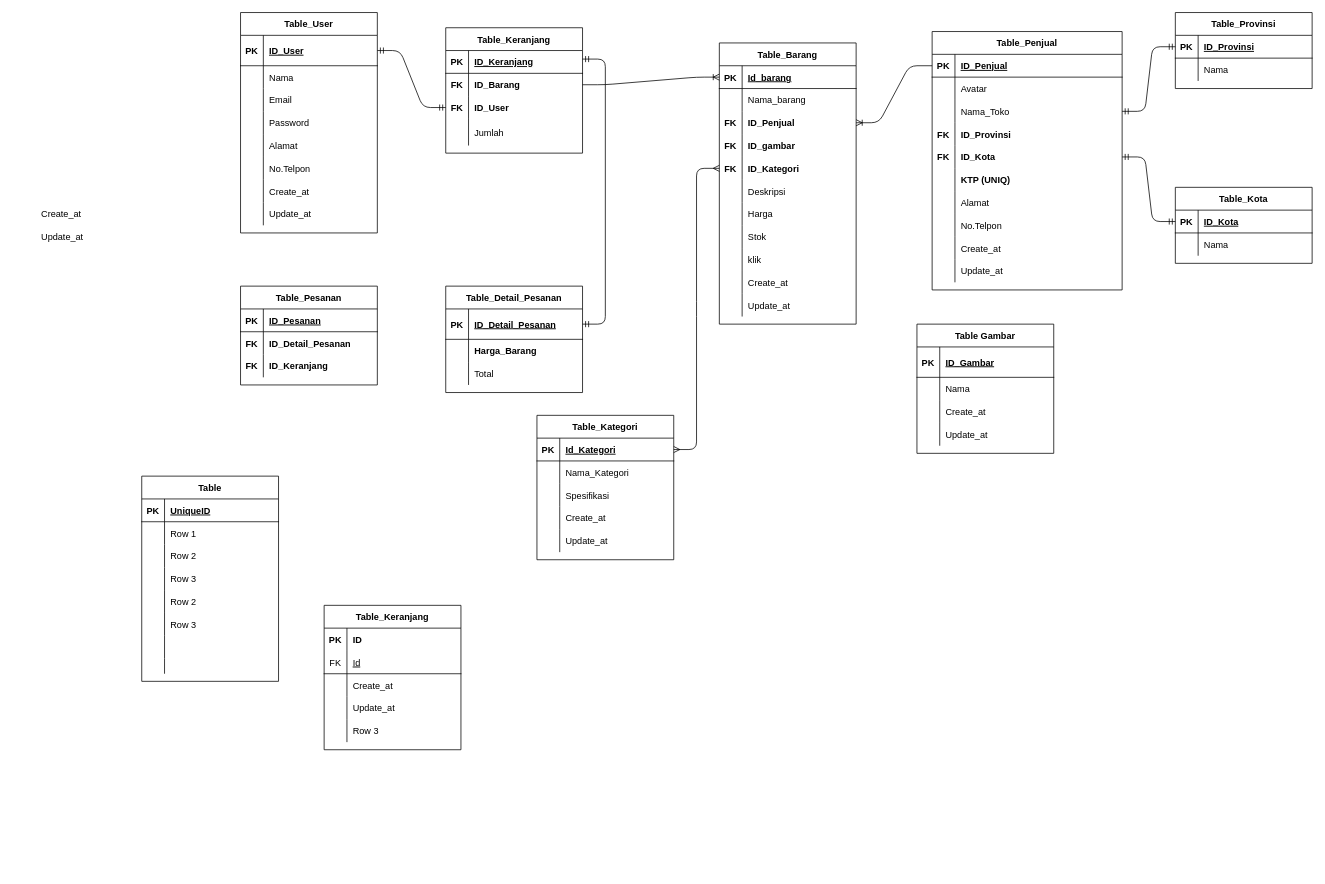
fadil9872/kurikulum-Beckend keeps this draw.io diagram as Untitled Diagram.drawio. Above is the earlier version. Source tidied: cells renumbered, new cells numbered last; positions are measured from the earlier drawing's top-left corner, leaving out a move shared by most shapes. Both pictures are drawn from the tidied source at 76%, with x=0, y=0 at pixel (12, 12).
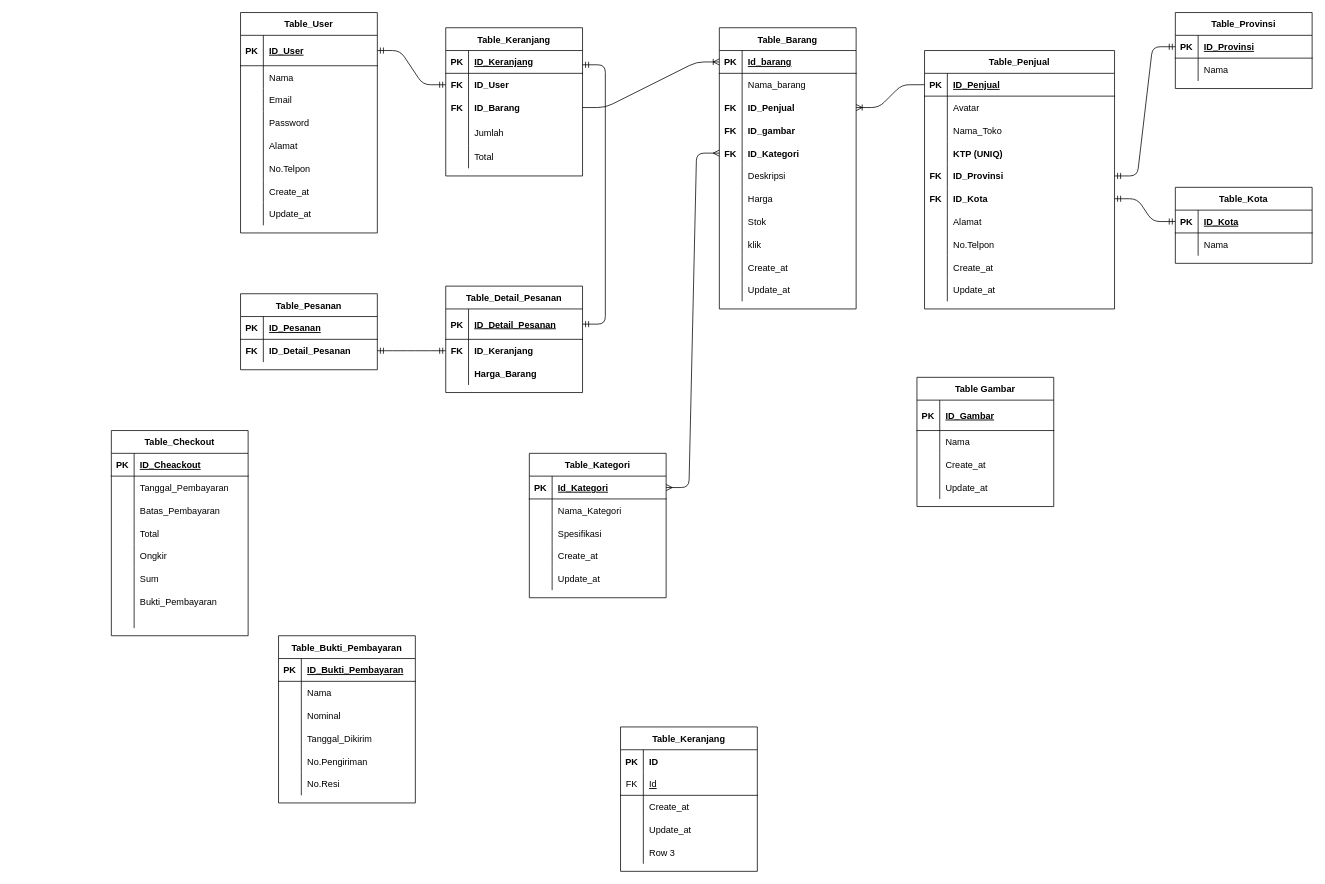
The same diagram, later.

The change refers to these unchanged cells:
```xml
<mxCell id="128" value="Table_Detail_Pesanan" style="shape=table;startSize=30;childLayout=tableLayout;rowLines=0;fontStyle=1;align=center;strokeColor=#000000;" parent="1" vertex="1">
  <mxGeometry x="570" y="360" width="180" height="140" as="geometry" />
</mxCell>
<mxCell id="152" style="shape=partialRectangle;fillColor=none;top=0;left=0;bottom=1;right=0;" parent="151" vertex="1">
  <mxGeometry y="30" width="180" height="30" as="geometry" />
</mxCell>
<mxCell id="155" style="shape=partialRectangle;fillColor=none;top=0;left=0;bottom=0;right=0;" parent="151" vertex="1">
  <mxGeometry y="60" width="180" height="30" as="geometry" />
</mxCell>
<mxCell id="158" style="shape=partialRectangle;fillColor=none;top=0;left=0;bottom=0;right=0;" parent="151" vertex="1">
  <mxGeometry y="90" width="180" height="30" as="geometry" />
</mxCell>
<mxCell id="161" style="shape=partialRectangle;fillColor=none;top=0;left=0;bottom=0;right=0;" parent="151" vertex="1">
  <mxGeometry y="120" width="180" height="30" as="geometry" />
</mxCell>
<mxCell id="164" style="shape=partialRectangle;fillColor=none;top=0;left=0;bottom=0;right=0;" parent="151" vertex="1">
  <mxGeometry y="150" width="180" height="30" as="geometry" />
</mxCell>
<mxCell id="167" style="shape=partialRectangle;fillColor=none;top=0;left=0;bottom=0;right=0;" parent="151" vertex="1">
  <mxGeometry y="180" width="180" height="30" as="geometry" />
</mxCell>
<mxCell id="170" style="shape=partialRectangle;fillColor=none;top=0;left=0;bottom=0;right=0;" parent="151" vertex="1">
  <mxGeometry y="210" width="180" height="30" as="geometry" />
</mxCell>
<mxCell id="193" style="shape=partialRectangle;fillColor=none;top=0;left=0;bottom=1;right=0;points=[[0,0.5],[1,0.5]];portConstraint=eastwest;" parent="192" vertex="1">
  <mxGeometry y="30" width="180" height="30" as="geometry" />
</mxCell>
<mxCell id="214" style="shape=partialRectangle;fillColor=none;top=0;left=0;bottom=0;right=0;points=[[0,0.5],[1,0.5]];portConstraint=eastwest;" parent="210" vertex="1">
  <mxGeometry y="60" width="180" height="30" as="geometry" />
</mxCell>
```

What changed in the source:
```diff
@@
     <mxCell id="27" value="Table_Barang" style="shape=table;startSize=30;childLayout=tableLayout;rowLines=0;fontStyle=1;align=center;strokeColor=#000000;" parent="1" vertex="1">
-      <mxGeometry x="930" y="40" width="180" height="370" as="geometry" />
+      <mxGeometry x="930" y="20" width="180" height="370" as="geometry" />
     </mxCell>
@@
-    <mxCell id="61" style="shape=table;startSize=0;childLayout=tableLayout;rowLines=0;fontStyle=0;align=center;strokeColor=none;fillColor=none;" parent="1" vertex="1">
-      <mxGeometry y="250" width="180" height="60" as="geometry" />
-    </mxCell>
-    <mxCell id="62" style="shape=partialRectangle;fillColor=none;top=0;left=0;bottom=0;right=0;" parent="61" vertex="1">
-      <mxGeometry width="180" height="30" as="geometry" />
-    </mxCell>
-    <mxCell id="63" style="shape=partialRectangle;fillColor=none;top=0;left=0;bottom=0;right=0;overflow=hidden;" parent="62" vertex="1">
-      <mxGeometry width="30" height="30" as="geometry" />
-    </mxCell>
-    <mxCell id="64" value="Create_at" style="shape=partialRectangle;fillColor=none;top=0;left=0;bottom=0;right=0;align=left;spacingLeft=6;overflow=hidden;" parent="62" vertex="1">
-      <mxGeometry x="30" width="150" height="30" as="geometry" />
-    </mxCell>
-    <mxCell id="65" style="shape=partialRectangle;fillColor=none;top=0;left=0;bottom=0;right=0;" parent="61" vertex="1">
-      <mxGeometry y="30" width="180" height="30" as="geometry" />
-    </mxCell>
-    <mxCell id="66" style="shape=partialRectangle;fillColor=none;top=0;left=0;bottom=0;right=0;overflow=hidden;" parent="65" vertex="1">
-      <mxGeometry width="30" height="30" as="geometry" />
-    </mxCell>
-    <mxCell id="67" value="Update_at" style="shape=partialRectangle;fillColor=none;top=0;left=0;bottom=0;right=0;align=left;spacingLeft=6;overflow=hidden;" parent="65" vertex="1">
-      <mxGeometry x="30" width="150" height="30" as="geometry" />
-    </mxCell>
     <mxCell id="68" value="Table_Kategori" style="shape=table;startSize=30;childLayout=tableLayout;rowLines=0;fontStyle=1;align=center;strokeColor=#000000;" parent="1" vertex="1">
-      <mxGeometry x="690" y="530" width="180" height="190" as="geometry" />
+      <mxGeometry x="680" y="580" width="180" height="190" as="geometry" />
     </mxCell>
@@
     <mxCell id="84" value="Table_Keranjang" style="shape=table;startSize=30;childLayout=tableLayout;rowLines=0;fontStyle=1;align=center;strokeColor=#000000;" parent="1" vertex="1">
-      <mxGeometry x="570" y="20" width="180" height="165" as="geometry" />
+      <mxGeometry x="570" y="20" width="180" height="195" as="geometry" />
     </mxCell>
@@
+    <mxCell id="91" style="shape=partialRectangle;fillColor=none;top=0;left=0;bottom=0;right=0;points=[[0,0.5],[1,0.5]];portConstraint=eastwest;" parent="84" vertex="1">
+      <mxGeometry y="60" width="180" height="30" as="geometry" />
+    </mxCell>
+    <mxCell id="92" value="FK" style="shape=partialRectangle;fillColor=none;top=0;left=0;bottom=0;right=0;overflow=hidden;fontStyle=1;" parent="91" vertex="1">
+      <mxGeometry width="30" height="30" as="geometry" />
+    </mxCell>
+    <mxCell id="93" value="ID_User" style="shape=partialRectangle;fillColor=none;top=0;left=0;bottom=0;right=0;align=left;spacingLeft=6;overflow=hidden;fontStyle=1;" parent="91" vertex="1">
+      <mxGeometry x="30" width="150" height="30" as="geometry" />
+    </mxCell>
     <mxCell id="88" style="shape=partialRectangle;fillColor=none;top=0;left=0;bottom=0;right=0;points=[[0,0.5],[1,0.5]];portConstraint=eastwest;" parent="84" vertex="1">
-      <mxGeometry y="60" width="180" height="30" as="geometry" />
+      <mxGeometry y="90" width="180" height="30" as="geometry" />
     </mxCell>
@@
-    <mxCell id="91" style="shape=partialRectangle;fillColor=none;top=0;left=0;bottom=0;right=0;points=[[0,0.5],[1,0.5]];portConstraint=eastwest;" parent="84" vertex="1">
-      <mxGeometry y="90" width="180" height="30" as="geometry" />
-    </mxCell>
-    <mxCell id="92" value="FK" style="shape=partialRectangle;fillColor=none;top=0;left=0;bottom=0;right=0;overflow=hidden;fontStyle=1;" parent="91" vertex="1">
-      <mxGeometry width="30" height="30" as="geometry" />
-    </mxCell>
-    <mxCell id="93" value="ID_User" style="shape=partialRectangle;fillColor=none;top=0;left=0;bottom=0;right=0;align=left;spacingLeft=6;overflow=hidden;fontStyle=1;" parent="91" vertex="1">
-      <mxGeometry x="30" width="150" height="30" as="geometry" />
-    </mxCell>
@@
+    <mxCell id="135" style="shape=partialRectangle;fillColor=none;top=0;left=0;bottom=0;right=0;" parent="84" vertex="1">
+      <mxGeometry y="155" width="180" height="30" as="geometry" />
+    </mxCell>
+    <mxCell id="136" style="shape=partialRectangle;fillColor=none;top=0;left=0;bottom=0;right=0;overflow=hidden;" parent="135" vertex="1">
+      <mxGeometry width="30" height="30" as="geometry" />
+    </mxCell>
+    <mxCell id="137" value="Total" style="shape=partialRectangle;fillColor=none;top=0;left=0;bottom=0;right=0;align=left;spacingLeft=6;overflow=hidden;" parent="135" vertex="1">
+      <mxGeometry x="30" width="150" height="30" as="geometry" />
+    </mxCell>
     <mxCell id="97" value="Table_Penjual" style="shape=table;startSize=30;childLayout=tableLayout;rowLines=0;fontStyle=1;align=center;strokeColor=#000000;" parent="1" vertex="1">
-      <mxGeometry x="1210" y="25" width="250" height="340" as="geometry" />
+      <mxGeometry x="1200" y="50" width="250" height="340" as="geometry" />
     </mxCell>
@@
+    <mxCell id="113" style="shape=partialRectangle;fillColor=none;top=0;left=0;bottom=0;right=0;strokeColor=#000000;" parent="97" vertex="1">
+      <mxGeometry y="120" width="250" height="30" as="geometry" />
+    </mxCell>
+    <mxCell id="114" style="shape=partialRectangle;fillColor=none;top=0;left=0;bottom=0;right=0;overflow=hidden;" parent="113" vertex="1">
+      <mxGeometry width="30" height="30" as="geometry" />
+    </mxCell>
+    <mxCell id="115" value="KTP (UNIQ)" style="shape=partialRectangle;fillColor=none;top=0;left=0;bottom=0;right=0;align=left;spacingLeft=6;overflow=hidden;fontStyle=1;" parent="113" vertex="1">
+      <mxGeometry x="30" width="220" height="30" as="geometry" />
+    </mxCell>
     <mxCell id="107" style="shape=partialRectangle;fillColor=none;top=0;left=0;bottom=0;right=0;points=[[0,0.5],[1,0.5]];portConstraint=eastwest;" parent="97" vertex="1">
-      <mxGeometry y="120" width="250" height="30" as="geometry" />
+      <mxGeometry y="150" width="250" height="30" as="geometry" />
     </mxCell>
@@
     <mxCell id="110" style="shape=partialRectangle;fillColor=none;top=0;left=0;bottom=0;right=0;points=[[0,0.5],[1,0.5]];portConstraint=eastwest;strokeColor=#000000;" parent="97" vertex="1">
-      <mxGeometry y="150" width="250" height="30" as="geometry" />
+      <mxGeometry y="180" width="250" height="30" as="geometry" />
     </mxCell>
@@
-    <mxCell id="113" style="shape=partialRectangle;fillColor=none;top=0;left=0;bottom=0;right=0;strokeColor=#000000;" parent="97" vertex="1">
-      <mxGeometry y="180" width="250" height="30" as="geometry" />
-    </mxCell>
-    <mxCell id="114" style="shape=partialRectangle;fillColor=none;top=0;left=0;bottom=0;right=0;overflow=hidden;" parent="113" vertex="1">
-      <mxGeometry width="30" height="30" as="geometry" />
-    </mxCell>
-    <mxCell id="115" value="KTP (UNIQ)" style="shape=partialRectangle;fillColor=none;top=0;left=0;bottom=0;right=0;align=left;spacingLeft=6;overflow=hidden;fontStyle=1;" parent="113" vertex="1">
-      <mxGeometry x="30" width="220" height="30" as="geometry" />
-    </mxCell>
@@
+    <mxCell id="223" style="shape=partialRectangle;fillColor=none;top=0;left=0;bottom=0;right=0;points=[[0,0.5],[1,0.5]];portConstraint=eastwest;" parent="128" vertex="1">
+      <mxGeometry y="70" width="180" height="30" as="geometry" />
+    </mxCell>
+    <mxCell id="218" value="FK" style="shape=partialRectangle;fillColor=none;top=0;left=0;bottom=0;right=0;fontStyle=1;overflow=hidden;" parent="223" vertex="1">
+      <mxGeometry width="30" height="30" as="geometry" />
+    </mxCell>
+    <mxCell id="219" value="ID_Keranjang" style="shape=partialRectangle;fillColor=none;top=0;left=0;bottom=0;right=0;align=left;spacingLeft=6;fontStyle=1;overflow=hidden;" parent="223" vertex="1">
+      <mxGeometry x="30" width="150" height="30" as="geometry" />
+    </mxCell>
     <mxCell id="132" style="shape=partialRectangle;fillColor=none;top=0;left=0;bottom=0;right=0;" parent="128" vertex="1">
-      <mxGeometry y="70" width="180" height="30" as="geometry" />
+      <mxGeometry y="100" width="180" height="30" as="geometry" />
     </mxCell>
@@
-    <mxCell id="135" style="shape=partialRectangle;fillColor=none;top=0;left=0;bottom=0;right=0;" parent="128" vertex="1">
-      <mxGeometry y="100" width="180" height="30" as="geometry" />
-    </mxCell>
-    <mxCell id="136" style="shape=partialRectangle;fillColor=none;top=0;left=0;bottom=0;right=0;overflow=hidden;" parent="135" vertex="1">
-      <mxGeometry width="30" height="30" as="geometry" />
-    </mxCell>
-    <mxCell id="137" value="Total" style="shape=partialRectangle;fillColor=none;top=0;left=0;bottom=0;right=0;align=left;spacingLeft=6;overflow=hidden;" parent="135" vertex="1">
-      <mxGeometry x="30" width="150" height="30" as="geometry" />
-    </mxCell>
     <mxCell id="138" value="Table Gambar" style="shape=table;startSize=30;childLayout=tableLayout;rowLines=0;fontStyle=1;align=center;strokeColor=#000000;" parent="1" vertex="1">
-      <mxGeometry x="1190" y="410" width="180" height="170" as="geometry" />
+      <mxGeometry x="1190" y="480" width="180" height="170" as="geometry" />
     </mxCell>
@@
-    <mxCell id="151" value="Table" style="shape=table;startSize=30;childLayout=tableLayout;rowLines=0;fontStyle=1;align=center;strokeColor=#000000;" parent="1" vertex="1">
-      <mxGeometry x="170" y="610" width="180" height="270" as="geometry" />
+    <mxCell id="151" value="Table_Checkout" style="shape=table;startSize=30;childLayout=tableLayout;rowLines=0;fontStyle=1;align=center;strokeColor=#000000;" parent="1" vertex="1">
+      <mxGeometry x="130" y="550" width="180" height="270" as="geometry" />
     </mxCell>
@@
-    <mxCell id="154" value="UniqueID" style="shape=partialRectangle;fillColor=none;top=0;left=0;bottom=0;right=0;align=left;spacingLeft=6;fontStyle=5;overflow=hidden;" parent="152" vertex="1">
+    <mxCell id="154" value="ID_Cheackout" style="shape=partialRectangle;fillColor=none;top=0;left=0;bottom=0;right=0;align=left;spacingLeft=6;fontStyle=5;overflow=hidden;" parent="152" vertex="1">
       <mxGeometry x="30" width="150" height="30" as="geometry" />
     </mxCell>
@@
-    <mxCell id="157" value="Row 1" style="shape=partialRectangle;fillColor=none;top=0;left=0;bottom=0;right=0;align=left;spacingLeft=6;overflow=hidden;" parent="155" vertex="1">
+    <mxCell id="157" value="Tanggal_Pembayaran" style="shape=partialRectangle;fillColor=none;top=0;left=0;bottom=0;right=0;align=left;spacingLeft=6;overflow=hidden;" parent="155" vertex="1">
       <mxGeometry x="30" width="150" height="30" as="geometry" />
     </mxCell>
@@
-    <mxCell id="160" value="Row 2" style="shape=partialRectangle;fillColor=none;top=0;left=0;bottom=0;right=0;align=left;spacingLeft=6;overflow=hidden;" parent="158" vertex="1">
+    <mxCell id="160" value="Batas_Pembayaran" style="shape=partialRectangle;fillColor=none;top=0;left=0;bottom=0;right=0;align=left;spacingLeft=6;overflow=hidden;" parent="158" vertex="1">
       <mxGeometry x="30" width="150" height="30" as="geometry" />
     </mxCell>
@@
-    <mxCell id="163" value="Row 3" style="shape=partialRectangle;fillColor=none;top=0;left=0;bottom=0;right=0;align=left;spacingLeft=6;overflow=hidden;" parent="161" vertex="1">
+    <mxCell id="163" value="Total" style="shape=partialRectangle;fillColor=none;top=0;left=0;bottom=0;right=0;align=left;spacingLeft=6;overflow=hidden;" parent="161" vertex="1">
       <mxGeometry x="30" width="150" height="30" as="geometry" />
     </mxCell>
@@
-    <mxCell id="166" value="Row 2" style="shape=partialRectangle;fillColor=none;top=0;left=0;bottom=0;right=0;align=left;spacingLeft=6;overflow=hidden;" parent="164" vertex="1">
+    <mxCell id="166" value="Ongkir" style="shape=partialRectangle;fillColor=none;top=0;left=0;bottom=0;right=0;align=left;spacingLeft=6;overflow=hidden;" parent="164" vertex="1">
       <mxGeometry x="30" width="150" height="30" as="geometry" />
     </mxCell>
@@
-    <mxCell id="169" value="Row 3" style="shape=partialRectangle;fillColor=none;top=0;left=0;bottom=0;right=0;align=left;spacingLeft=6;overflow=hidden;" parent="167" vertex="1">
+    <mxCell id="169" value="Sum" style="shape=partialRectangle;fillColor=none;top=0;left=0;bottom=0;right=0;align=left;spacingLeft=6;overflow=hidden;" parent="167" vertex="1">
       <mxGeometry x="30" width="150" height="30" as="geometry" />
     </mxCell>
@@
-    <mxCell id="172" style="shape=partialRectangle;fillColor=none;top=0;left=0;bottom=0;right=0;align=left;spacingLeft=6;overflow=hidden;" parent="170" vertex="1">
+    <mxCell id="172" value="Bukti_Pembayaran" style="shape=partialRectangle;fillColor=none;top=0;left=0;bottom=0;right=0;align=left;spacingLeft=6;overflow=hidden;" parent="170" vertex="1">
       <mxGeometry x="30" width="150" height="30" as="geometry" />
     </mxCell>
@@
     <mxCell id="176" value="Table_Keranjang" style="shape=table;startSize=30;childLayout=tableLayout;rowLines=0;fontStyle=1;align=center;strokeColor=#000000;" parent="1" vertex="1">
-      <mxGeometry x="410" y="780" width="180" height="190" as="geometry" />
+      <mxGeometry x="800" y="940" width="180" height="190" as="geometry" />
     </mxCell>
@@
-    <mxCell id="209" style="edgeStyle=entityRelationEdgeStyle;fontSize=12;html=1;endArrow=ERmandOne;startArrow=ERmandOne;entryX=0;entryY=0.5;entryDx=0;entryDy=0;" parent="1" edge="1" target="193">
-      <mxGeometry relative="1" as="geometry">
-        <mxPoint x="1460" y="130" as="sourcePoint" />
-      </mxGeometry>
+    <mxCell id="209" style="edgeStyle=entityRelationEdgeStyle;fontSize=12;html=1;endArrow=ERmandOne;startArrow=ERmandOne;entryX=0;entryY=0.5;entryDx=0;entryDy=0;exitX=1;exitY=0.5;exitDx=0;exitDy=0;" parent="1" edge="1" source="107" target="193">
+      <mxGeometry relative="1" as="geometry" />
     </mxCell>
     <mxCell id="210" value="Table_Pesanan" style="shape=table;startSize=30;childLayout=tableLayout;rowLines=0;fontStyle=1;align=center;strokeColor=#000000;" parent="1" vertex="1">
-      <mxGeometry x="300" y="360" width="180" height="130" as="geometry" />
+      <mxGeometry x="300" y="370" width="180" height="100" as="geometry" />
     </mxCell>
@@
-    <mxCell id="217" style="shape=partialRectangle;fillColor=none;top=0;left=0;bottom=0;right=0;fontStyle=1;" parent="210" vertex="1">
-      <mxGeometry y="90" width="180" height="30" as="geometry" />
-    </mxCell>
-    <mxCell id="218" value="FK" style="shape=partialRectangle;fillColor=none;top=0;left=0;bottom=0;right=0;overflow=hidden;fontStyle=1;" parent="217" vertex="1">
-      <mxGeometry width="30" height="30" as="geometry" />
-    </mxCell>
-    <mxCell id="219" value="ID_Keranjang" style="shape=partialRectangle;fillColor=none;top=0;left=0;bottom=0;right=0;align=left;spacingLeft=6;overflow=hidden;fontStyle=1;" parent="217" vertex="1">
-      <mxGeometry x="30" width="150" height="30" as="geometry" />
-    </mxCell>
@@
+    <mxCell id="224" style="edgeStyle=entityRelationEdgeStyle;fontSize=12;html=1;endArrow=ERmandOne;startArrow=ERmandOne;entryX=0;entryY=0.5;entryDx=0;entryDy=0;exitX=1;exitY=0.5;exitDx=0;exitDy=0;" parent="1" edge="1" source="214" target="223">
+      <mxGeometry relative="1" as="geometry" />
+    </mxCell>
+    <mxCell id="225" value="Table_Bukti_Pembayaran" style="shape=table;startSize=30;childLayout=tableLayout;rowLines=0;fontStyle=1;align=center;strokeColor=#000000;" parent="1" vertex="1">
+      <mxGeometry x="350" y="820" width="180" height="220" as="geometry" />
+    </mxCell>
+    <mxCell id="226" style="shape=partialRectangle;fillColor=none;top=0;left=0;bottom=1;right=0;" parent="225" vertex="1">
+      <mxGeometry y="30" width="180" height="30" as="geometry" />
+    </mxCell>
+    <mxCell id="227" value="PK" style="shape=partialRectangle;fillColor=none;top=0;left=0;bottom=0;right=0;fontStyle=1;overflow=hidden;" parent="226" vertex="1">
+      <mxGeometry width="30" height="30" as="geometry" />
+    </mxCell>
+    <mxCell id="228" value="ID_Bukti_Pembayaran" style="shape=partialRectangle;fillColor=none;top=0;left=0;bottom=0;right=0;align=left;spacingLeft=6;fontStyle=5;overflow=hidden;" parent="226" vertex="1">
+      <mxGeometry x="30" width="150" height="30" as="geometry" />
+    </mxCell>
+    <mxCell id="229" style="shape=partialRectangle;fillColor=none;top=0;left=0;bottom=0;right=0;" parent="225" vertex="1">
+      <mxGeometry y="60" width="180" height="30" as="geometry" />
+    </mxCell>
+    <mxCell id="230" style="shape=partialRectangle;fillColor=none;top=0;left=0;bottom=0;right=0;overflow=hidden;" parent="229" vertex="1">
+      <mxGeometry width="30" height="30" as="geometry" />
+    </mxCell>
+    <mxCell id="231" value="Nama" style="shape=partialRectangle;fillColor=none;top=0;left=0;bottom=0;right=0;align=left;spacingLeft=6;overflow=hidden;" parent="229" vertex="1">
+      <mxGeometry x="30" width="150" height="30" as="geometry" />
+    </mxCell>
+    <mxCell id="232" style="shape=partialRectangle;fillColor=none;top=0;left=0;bottom=0;right=0;" parent="225" vertex="1">
+      <mxGeometry y="90" width="180" height="30" as="geometry" />
+    </mxCell>
+    <mxCell id="233" style="shape=partialRectangle;fillColor=none;top=0;left=0;bottom=0;right=0;overflow=hidden;" parent="232" vertex="1">
+      <mxGeometry width="30" height="30" as="geometry" />
+    </mxCell>
+    <mxCell id="234" value="Nominal" style="shape=partialRectangle;fillColor=none;top=0;left=0;bottom=0;right=0;align=left;spacingLeft=6;overflow=hidden;" parent="232" vertex="1">
+      <mxGeometry x="30" width="150" height="30" as="geometry" />
+    </mxCell>
+    <mxCell id="235" style="shape=partialRectangle;fillColor=none;top=0;left=0;bottom=0;right=0;" parent="225" vertex="1">
+      <mxGeometry y="120" width="180" height="30" as="geometry" />
+    </mxCell>
+    <mxCell id="236" style="shape=partialRectangle;fillColor=none;top=0;left=0;bottom=0;right=0;overflow=hidden;" parent="235" vertex="1">
+      <mxGeometry width="30" height="30" as="geometry" />
+    </mxCell>
+    <mxCell id="237" value="Tanggal_Dikirim" style="shape=partialRectangle;fillColor=none;top=0;left=0;bottom=0;right=0;align=left;spacingLeft=6;overflow=hidden;" parent="235" vertex="1">
+      <mxGeometry x="30" width="150" height="30" as="geometry" />
+    </mxCell>
+    <mxCell id="238" style="shape=partialRectangle;fillColor=none;top=0;left=0;bottom=0;right=0;" parent="225" vertex="1">
+      <mxGeometry y="150" width="180" height="30" as="geometry" />
+    </mxCell>
+    <mxCell id="239" style="shape=partialRectangle;fillColor=none;top=0;left=0;bottom=0;right=0;overflow=hidden;" parent="238" vertex="1">
+      <mxGeometry width="30" height="30" as="geometry" />
+    </mxCell>
+    <mxCell id="240" value="No.Pengiriman" style="shape=partialRectangle;fillColor=none;top=0;left=0;bottom=0;right=0;align=left;spacingLeft=6;overflow=hidden;" parent="238" vertex="1">
+      <mxGeometry x="30" width="150" height="30" as="geometry" />
+    </mxCell>
+    <mxCell id="241" style="shape=partialRectangle;fillColor=none;top=0;left=0;bottom=0;right=0;strokeColor=#000000;" parent="225" vertex="1">
+      <mxGeometry y="180" width="180" height="30" as="geometry" />
+    </mxCell>
+    <mxCell id="242" style="shape=partialRectangle;fillColor=none;top=0;left=0;bottom=0;right=0;overflow=hidden;" parent="241" vertex="1">
+      <mxGeometry width="30" height="30" as="geometry" />
+    </mxCell>
+    <mxCell id="243" value="No.Resi" style="shape=partialRectangle;fillColor=none;top=0;left=0;bottom=0;right=0;align=left;spacingLeft=6;overflow=hidden;" parent="241" vertex="1">
+      <mxGeometry x="30" width="150" height="30" as="geometry" />
+    </mxCell>
```
